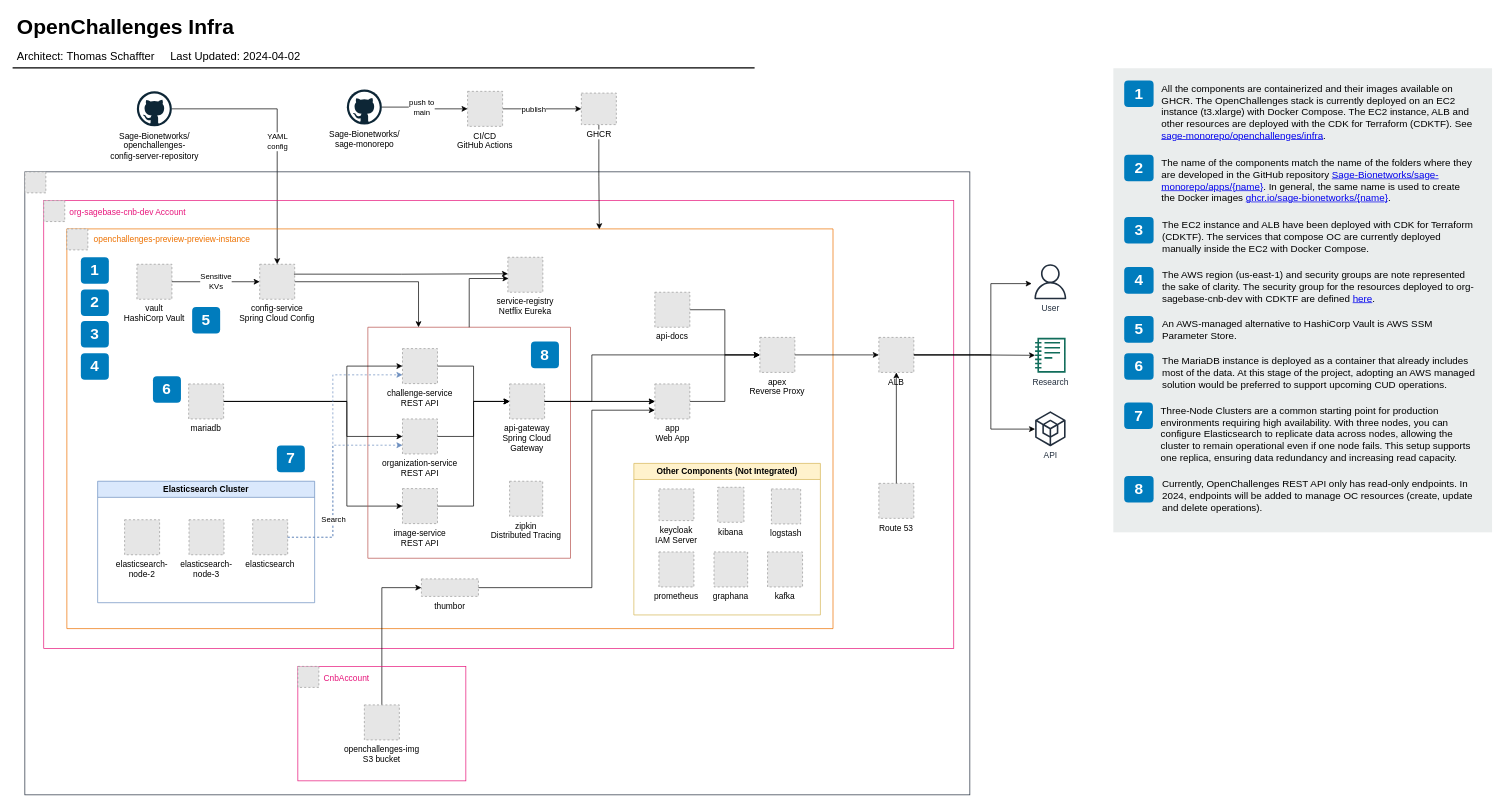
Above: diagrams/openchallenges-infra.drawio in Sage-Bionetworks/sage-monorepo (draw.io), before the change. Source tidied: cells renumbered, new cells numbered last; positions are measured from the earlier drawing's top-left corner, leaving out a move shared by most shapes. Both pictures are drawn from the tidied source at 70%, with x=0, y=0 at pixel (12, 11). Pictures stored in the file or linked from it are replaced by grey dashed boxes.
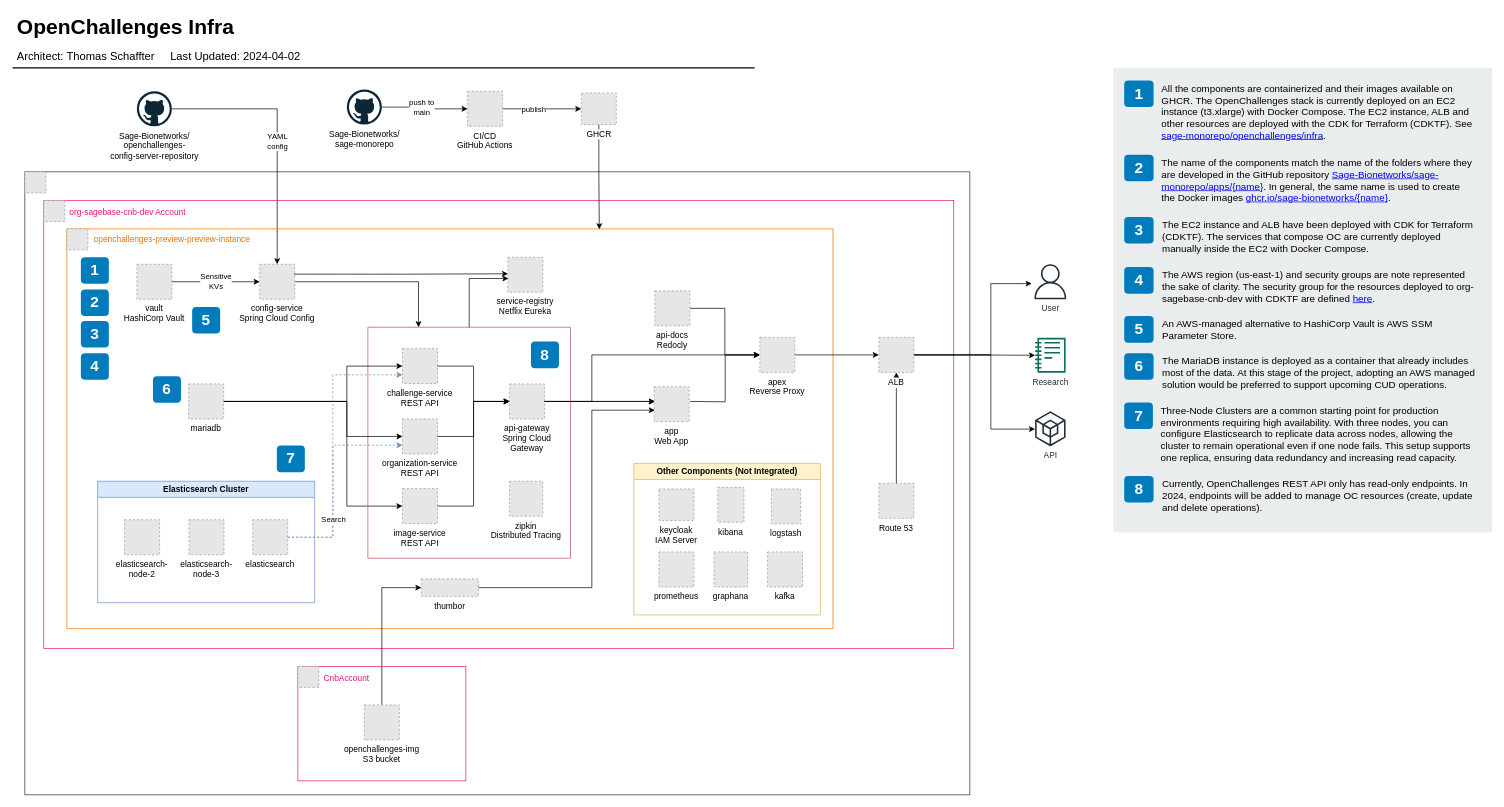
The same page after the edit.

The change refers to these unchanged cells:
```xml
<mxCell id="15" style="group;" parent="12" vertex="1">
  <mxGeometry x="27" y="41" width="1300" height="639" as="geometry" />
</mxCell>
<mxCell id="19" style="group;" parent="18" vertex="1">
  <mxGeometry width="1094.5" height="571" as="geometry" />
</mxCell>
<mxCell id="32" value="api-gateway&#10;Spring Cloud&#10;Gateway&#10;" style="fillColor=#E6E6E6;strokeColor=#999999;dashed=1;verticalAlign=top;labelPosition=center;verticalLabelPosition=bottom;align=center;" parent="28" vertex="1">
  <mxGeometry x="202.5" y="81" width="50" height="50" as="geometry" />
</mxCell>
<mxCell id="57" value="apex&#10;Reverse Proxy" style="fillColor=#E6E6E6;strokeColor=#999999;dashed=1;labelPosition=center;verticalLabelPosition=bottom;align=center;verticalAlign=top;" parent="19" vertex="1">
  <mxGeometry x="990" y="155" width="50" height="50" as="geometry" />
</mxCell>
<mxCell id="61" value="thumbor" style="fillColor=#E6E6E6;strokeColor=#999999;dashed=1;verticalLabelPosition=bottom;labelBackgroundColor=default;verticalAlign=top;" parent="18" vertex="1">
  <mxGeometry x="506.5" y="500" width="81.5" height="25" as="geometry" />
</mxCell>
```

Diff of the diagram source:
```diff
@@
+    <mxCell id="63" value="app&#10;Web App" style="fillColor=#E6E6E6;strokeColor=#999999;dashed=1;verticalLabelPosition=bottom;labelBackgroundColor=default;verticalAlign=top;" parent="19" vertex="1">
+      <mxGeometry x="839" y="225.5" width="50" height="50" as="geometry" />
+    </mxCell>
@@
-    <mxCell id="62" style="edgeStyle=orthogonalEdgeStyle;rounded=0;jettySize=auto;html=1;entryX=0;entryY=0.5;entryDx=0;entryDy=0;" parent="15" edge="1" source="63" target="57">
-      <mxGeometry relative="1" as="geometry" />
+    <mxCell id="62" style="edgeStyle=orthogonalEdgeStyle;rounded=0;jettySize=auto;html=1;entryX=0;entryY=0.5;entryDx=0;entryDy=0;" parent="15" edge="1" target="57">
+      <mxGeometry relative="1" as="geometry">
+        <mxPoint x="923" y="287" as="sourcePoint" />
+      </mxGeometry>
     </mxCell>
-    <mxCell id="63" value="app&lt;br&gt;Web App" style="fillColor=#E6E6E6;strokeColor=#999999;dashed=1;html=1;verticalAlign=top;verticalLabelPosition=bottom;labelBackgroundColor=#ffffff;" parent="15" vertex="1">
-      <mxGeometry x="873" y="262" width="50" height="50" as="geometry" />
-    </mxCell>
-    <mxCell id="64" style="edgeStyle=orthogonalEdgeStyle;rounded=0;jettySize=auto;html=1;" parent="15" edge="1" source="32" target="63">
-      <mxGeometry relative="1" as="geometry" />
+    <mxCell id="64" style="edgeStyle=orthogonalEdgeStyle;rounded=0;jettySize=auto;html=1;" parent="15" edge="1" source="32">
+      <mxGeometry relative="1" as="geometry">
+        <mxPoint x="873" y="287" as="targetPoint" />
+      </mxGeometry>
     </mxCell>
-    <mxCell id="65" style="edgeStyle=orthogonalEdgeStyle;rounded=0;jettySize=auto;html=1;exitX=1;exitY=0.5;exitDx=0;exitDy=0;entryX=0;entryY=0.5;entryDx=0;entryDy=0;" parent="15" edge="1" source="32" target="63">
-      <mxGeometry relative="1" as="geometry" />
+    <mxCell id="65" style="edgeStyle=orthogonalEdgeStyle;rounded=0;jettySize=auto;html=1;exitX=1;exitY=0.5;exitDx=0;exitDy=0;entryX=0;entryY=0.5;entryDx=0;entryDy=0;" parent="15" edge="1" source="32">
+      <mxGeometry relative="1" as="geometry">
+        <mxPoint x="873" y="287" as="targetPoint" />
+      </mxGeometry>
     </mxCell>
-    <mxCell id="66" style="edgeStyle=orthogonalEdgeStyle;rounded=0;jettySize=auto;html=1;entryX=0;entryY=0.75;entryDx=0;entryDy=0;" parent="15" edge="1" source="61" target="63">
+    <mxCell id="66" style="edgeStyle=orthogonalEdgeStyle;rounded=0;jettySize=auto;html=1;entryX=0;entryY=0.75;entryDx=0;entryDy=0;" parent="15" edge="1" source="61">
       <mxGeometry relative="1" as="geometry">
+        <mxPoint x="873" y="299.5" as="targetPoint" />
         <Array as="points">
           <mxPoint x="783" y="553" />
           <mxPoint x="783" y="300" />
         </Array>
       </mxGeometry>
     </mxCell>
-    <mxCell id="67" style="edgeStyle=orthogonalEdgeStyle;rounded=0;jettySize=auto;html=1;entryX=0;entryY=0.5;entryDx=0;entryDy=0;" parent="15" edge="1" source="68" target="57">
+    <mxCell id="67" style="edgeStyle=orthogonalEdgeStyle;rounded=0;jettySize=auto;html=1;entryX=0;entryY=0.5;entryDx=0;entryDy=0;exitX=1;exitY=0.5;exitDx=0;exitDy=0;" parent="15" edge="1" source="119" target="57">
       <mxGeometry relative="1" as="geometry" />
     </mxCell>
-    <mxCell id="68" value="api-docs" style="fillColor=#E6E6E6;strokeColor=#999999;dashed=1;verticalLabelPosition=bottom;labelBackgroundColor=default;verticalAlign=top;" parent="15" vertex="1">
-      <mxGeometry x="873" y="131" width="50" height="50" as="geometry" />
-    </mxCell>
@@
-    <mxCell id="70" value="ALB" style="fillColor=#E6E6E6;strokeColor=#999999;dashed=1;verticalLabelPosition=bottom;verticalAlign=top;labelBackgroundColor=default;" parent="15" vertex="1">
-      <mxGeometry x="1193" y="195.5" width="50" height="50" as="geometry" />
-    </mxCell>
@@
+    <mxCell id="119" value="api-docs&#10;Redocly&#10;" style="fillColor=#E6E6E6;strokeColor=#999999;dashed=1;verticalLabelPosition=bottom;labelBackgroundColor=default;verticalAlign=top;" parent="15" vertex="1">
+      <mxGeometry x="873" y="129" width="50" height="50" as="geometry" />
+    </mxCell>
+    <mxCell id="70" value="ALB" style="fillColor=#E6E6E6;strokeColor=#999999;dashed=1;verticalLabelPosition=bottom;verticalAlign=top;labelBackgroundColor=default;" parent="15" vertex="1">
+      <mxGeometry x="1193" y="195.5" width="50" height="50" as="geometry" />
+    </mxCell>
```
